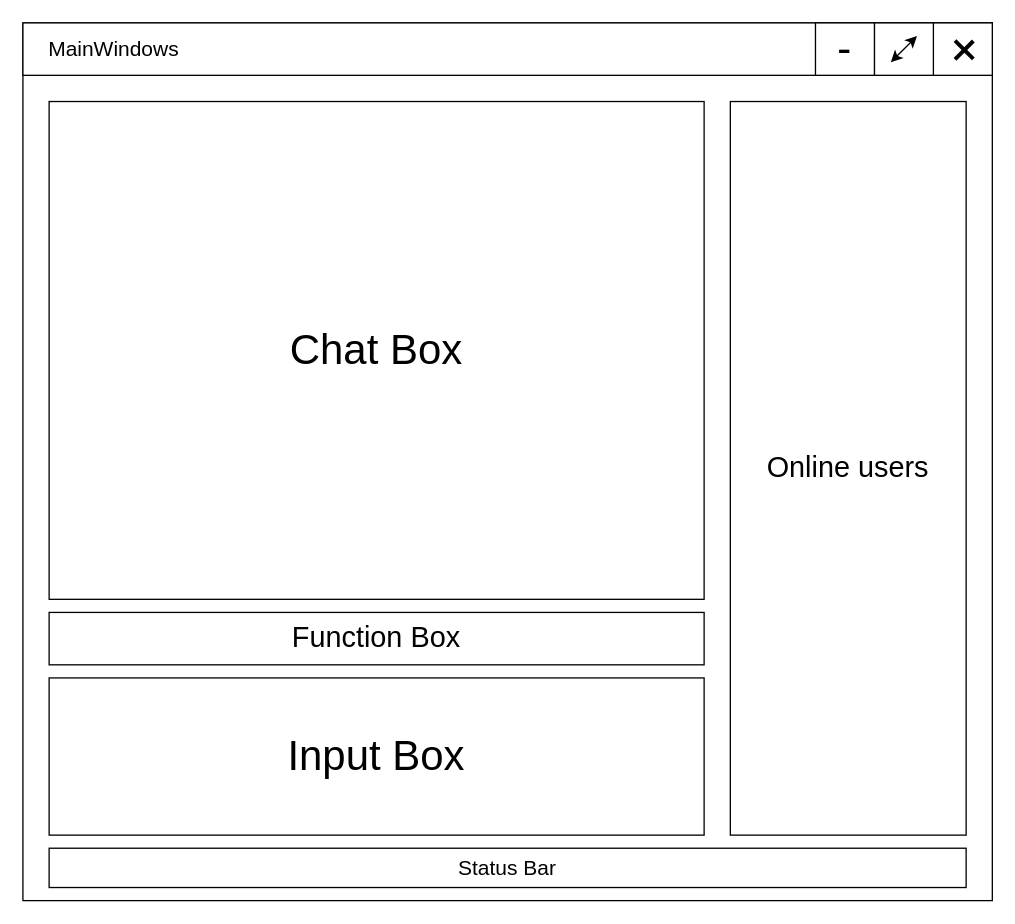
The draw.io diagram doc/Design/widget_chatbox.drawio in NekoSilverFox/PolyChat, before the edit. Source tidied: cells renumbered, new cells numbered last; positions are measured from the earlier drawing's top-left corner, leaving out a move shared by most shapes. Both pictures are drawn from the tidied source at 131%, with x=0, y=0 at pixel (22, 22).
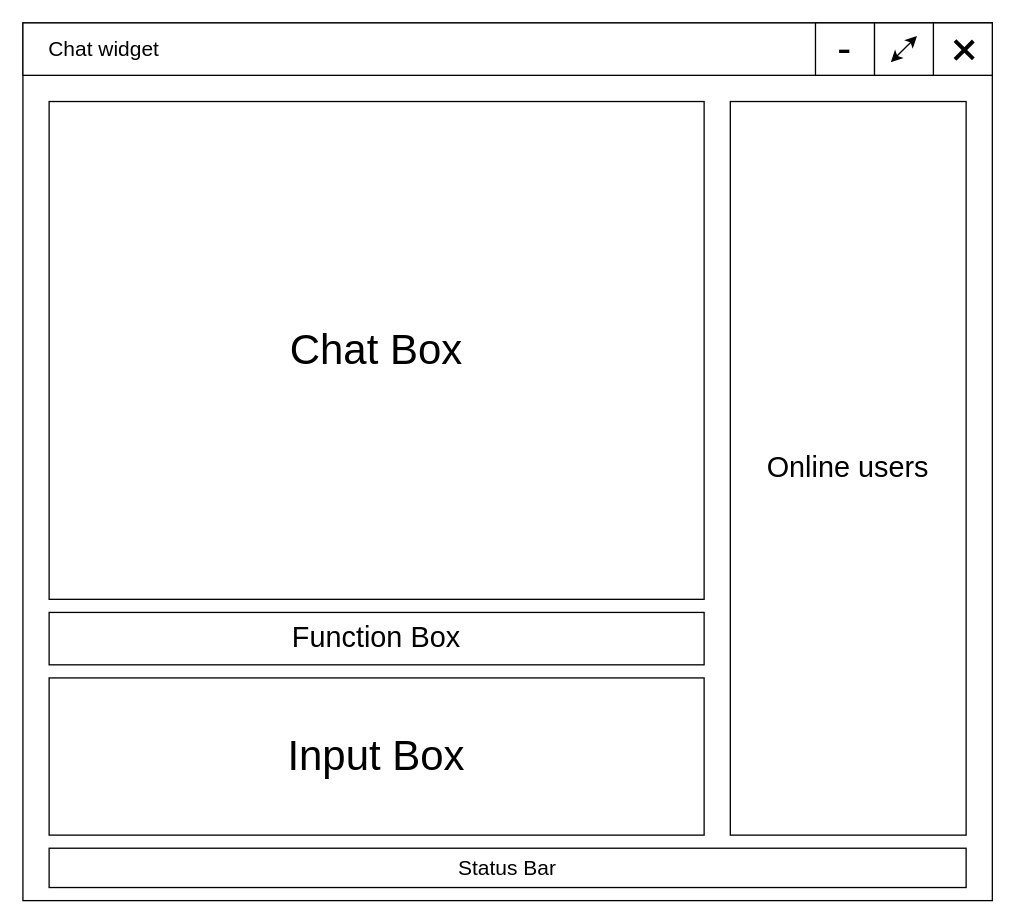
The same diagram, later.

Diff of the diagram source:
```diff
@@
 <mxGraphModel>
   <root>
     <mxCell id="0" />
     <mxCell id="1" parent="0" />
     <mxCell id="2" style="rounded=0;whiteSpace=wrap;html=1;" parent="1" vertex="1">
       <mxGeometry width="740" height="670" as="geometry" />
     </mxCell>
     <mxCell id="3" value="&lt;font style=&quot;font-size: 32px&quot;&gt;Chat Box&lt;/font&gt;" style="rounded=0;whiteSpace=wrap;html=1;" parent="1" vertex="1">
       <mxGeometry x="20" y="60" width="500" height="380" as="geometry" />
     </mxCell>
     <mxCell id="4" value="&lt;font style=&quot;font-size: 32px&quot;&gt;Input Box&lt;/font&gt;" style="rounded=0;whiteSpace=wrap;html=1;" parent="1" vertex="1">
       <mxGeometry x="20" y="500" width="500" height="120" as="geometry" />
     </mxCell>
-    <mxCell id="5" value="&lt;font style=&quot;font-size: 16px&quot;&gt;&amp;nbsp; &amp;nbsp; MainWindows&lt;/font&gt;" style="rounded=0;whiteSpace=wrap;html=1;align=left;" parent="1" vertex="1">
+    <mxCell id="5" value="&lt;font style=&quot;font-size: 16px&quot;&gt;&amp;nbsp; &amp;nbsp; Chat widget&lt;/font&gt;" style="rounded=0;whiteSpace=wrap;html=1;align=left;" parent="1" vertex="1">
       <mxGeometry width="740" height="40" as="geometry" />
     </mxCell>
     <mxCell id="6" value="&lt;font style=&quot;font-size: 22px&quot;&gt;Function Box&lt;/font&gt;" style="rounded=0;whiteSpace=wrap;html=1;" parent="1" vertex="1">
       <mxGeometry x="20" y="450" width="500" height="40" as="geometry" />
     </mxCell>
     <mxCell id="7" value="&lt;font style=&quot;font-size: 22px&quot;&gt;Online users&lt;/font&gt;" style="rounded=0;whiteSpace=wrap;html=1;" parent="1" vertex="1">
       <mxGeometry x="540" y="60" width="180" height="560" as="geometry" />
     </mxCell>
     <mxCell id="8" style="rounded=0;whiteSpace=wrap;html=1;fontSize=20;strokeWidth=1;" parent="1" vertex="1">
       <mxGeometry x="695" width="45" height="40" as="geometry" />
     </mxCell>
     <mxCell id="9" style="rounded=0;whiteSpace=wrap;html=1;fontSize=20;strokeWidth=1;" parent="1" vertex="1">
       <mxGeometry x="650" width="45" height="40" as="geometry" />
     </mxCell>
     <mxCell id="10" value="&lt;font style=&quot;font-size: 32px&quot;&gt;-&lt;/font&gt;" style="rounded=0;whiteSpace=wrap;html=1;fontSize=20;strokeWidth=1;" parent="1" vertex="1">
       <mxGeometry x="605" width="45" height="40" as="geometry" />
     </mxCell>
     <mxCell id="11" style="endArrow=classic;startArrow=classic;html=1;rounded=0;fontSize=20;strokeWidth=1;" parent="1" edge="1">
       <mxGeometry relative="1" as="geometry">
         <mxPoint x="662.5" y="30" as="sourcePoint" />
         <mxPoint x="682.5" y="10" as="targetPoint" />
       </mxGeometry>
     </mxCell>
     <mxCell id="12" style="group;" parent="1" vertex="1">
       <mxGeometry x="711" y="13" width="14.9" height="15.2" as="geometry" />
     </mxCell>
     <mxCell id="13" style="line;strokeWidth=3;html=1;fontSize=20;rotation=45;" parent="12" vertex="1">
       <mxGeometry x="-2.4" y="6.8" width="19.8" height="1.4" as="geometry" />
     </mxCell>
     <mxCell id="14" style="line;strokeWidth=3;html=1;fontSize=20;rotation=-225;" parent="12" vertex="1">
       <mxGeometry x="-2.4" y="7.1" width="19.8" height="1.4" as="geometry" />
     </mxCell>
     <mxCell id="15" value="&lt;span lang=&quot;EN-US&quot; style=&quot;font-size: 12pt&quot;&gt;Status Bar&lt;/span&gt;&lt;span style=&quot;font-size: medium&quot;&gt;&lt;/span&gt;" style="rounded=0;whiteSpace=wrap;html=1;" parent="1" vertex="1">
       <mxGeometry x="20" y="630" width="700" height="30" as="geometry" />
     </mxCell>
   </root>
 </mxGraphModel>
```
